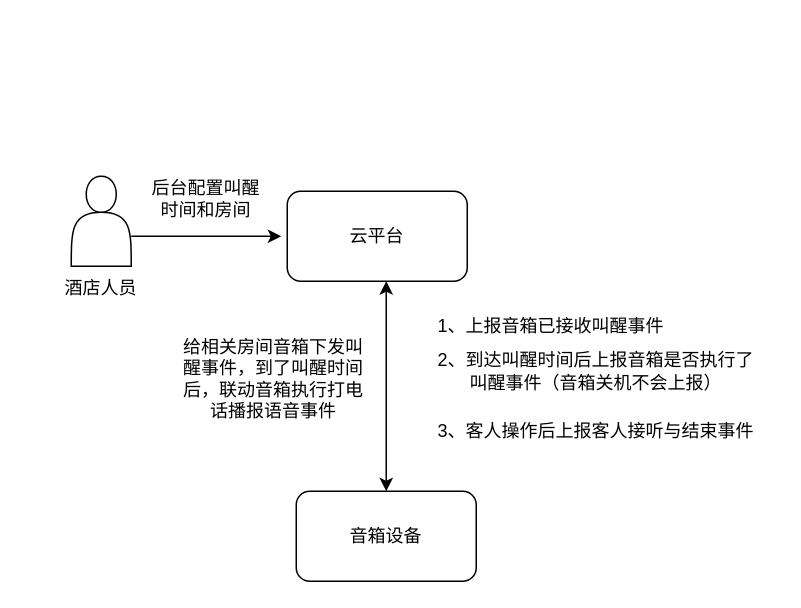
Above: xzzh/叫醒服务.drawio in daniel-7d/draw (draw.io), before the change. Source tidied: cells renumbered, new cells numbered last; positions are measured from the earlier drawing's top-left corner, leaving out a move shared by most shapes. Both pictures are drawn from the tidied source at 150%, with x=0, y=0 at pixel (56, 160).
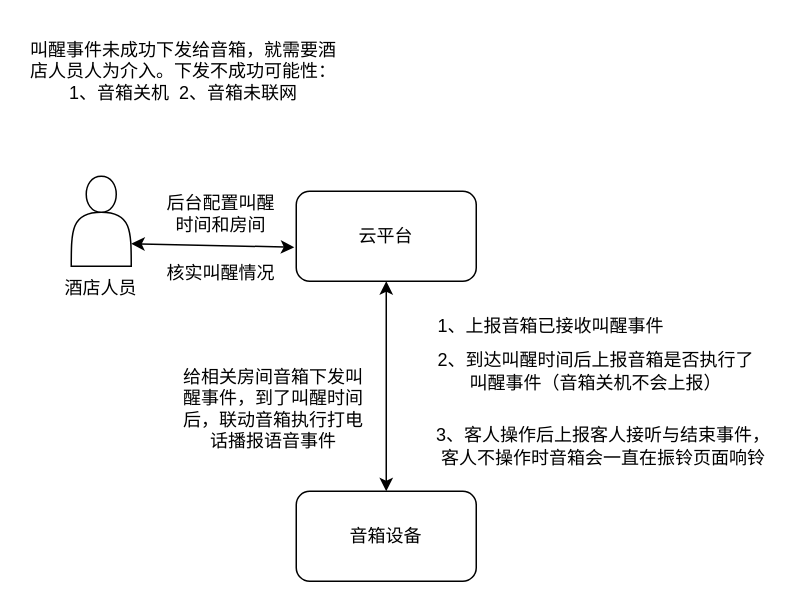
The same page after the edit.

Commit message (it also covers changes not shown here):
更新叫醒服务.drawio

What changed in the source:
```diff
@@
 <mxGraphModel>
   <root>
     <mxCell id="0" />
     <mxCell id="1" parent="0" />
     <mxCell id="2" style="shape=actor;whiteSpace=wrap;html=1;" parent="1" vertex="1">
       <mxGeometry x="10" y="10" width="40" height="60" as="geometry" />
     </mxCell>
     <mxCell id="3" value="酒店人员" style="text;html=1;strokeColor=none;fillColor=none;align=center;verticalAlign=middle;whiteSpace=wrap;rounded=0;" parent="1" vertex="1">
       <mxGeometry y="70" width="60" height="30" as="geometry" />
     </mxCell>
-    <mxCell id="4" style="endArrow=classic;html=1;rounded=0;" parent="1" edge="1">
-      <mxGeometry relative="1" as="geometry">
-        <mxPoint x="50" y="50" as="sourcePoint" />
-        <mxPoint x="150" y="50" as="targetPoint" />
-      </mxGeometry>
-    </mxCell>
     <mxCell id="5" value="后台配置叫醒时间和房间" style="text;html=1;strokeColor=none;fillColor=none;align=center;verticalAlign=middle;whiteSpace=wrap;rounded=0;" parent="1" vertex="1">
-      <mxGeometry x="60" width="80" height="50" as="geometry" />
+      <mxGeometry x="70" y="10" width="80" height="50" as="geometry" />
     </mxCell>
     <mxCell id="6" value="云平台" style="rounded=1;whiteSpace=wrap;html=1;" parent="1" vertex="1">
-      <mxGeometry x="154" y="20" width="120" height="60" as="geometry" />
+      <mxGeometry x="160" y="20" width="120" height="60" as="geometry" />
     </mxCell>
     <mxCell id="7" style="endArrow=classic;startArrow=classic;html=1;rounded=0;exitX=0.5;exitY=0;exitDx=0;exitDy=0;" parent="1" edge="1" source="8">
       <mxGeometry relative="1" as="geometry">
         <mxPoint x="220" y="80" as="targetPoint" />
       </mxGeometry>
     </mxCell>
     <mxCell id="8" value="音箱设备" style="rounded=1;whiteSpace=wrap;html=1;" parent="1" vertex="1">
       <mxGeometry x="160" y="220" width="120" height="60" as="geometry" />
     </mxCell>
     <mxCell id="9" value="给相关房间音箱下发叫醒事件，到了叫醒时间后，联动音箱执行打电话播报语音事件" style="text;html=1;strokeColor=none;fillColor=none;align=center;verticalAlign=middle;whiteSpace=wrap;rounded=0;" parent="1" vertex="1">
-      <mxGeometry x="80" y="110" width="130" height="70" as="geometry" />
+      <mxGeometry x="80" y="130" width="130" height="70" as="geometry" />
     </mxCell>
     <mxCell id="10" value="1、上报音箱已接收叫醒事件" style="text;html=1;strokeColor=none;fillColor=none;align=center;verticalAlign=middle;whiteSpace=wrap;rounded=0;" parent="1" vertex="1">
       <mxGeometry x="250" y="100" width="160" height="20" as="geometry" />
     </mxCell>
     <mxCell id="11" value="2、到达叫醒时间后上报音箱是否执行了叫醒事件（音箱关机不会上报）" style="text;html=1;strokeColor=none;fillColor=none;align=center;verticalAlign=middle;whiteSpace=wrap;rounded=0;" parent="1" vertex="1">
       <mxGeometry x="250" y="130" width="220" height="20" as="geometry" />
     </mxCell>
-    <mxCell id="12" value="3、客人操作后上报客人接听与结束事件" style="text;html=1;strokeColor=none;fillColor=none;align=center;verticalAlign=middle;whiteSpace=wrap;rounded=0;" parent="1" vertex="1">
-      <mxGeometry x="250" y="170" width="220" height="20" as="geometry" />
+    <mxCell id="12" value="3、客人操作后上报客人接听与结束事件，客人不操作时音箱会一直在振铃页面响铃" style="text;html=1;strokeColor=none;fillColor=none;align=center;verticalAlign=middle;whiteSpace=wrap;rounded=0;" parent="1" vertex="1">
+      <mxGeometry x="250" y="170" width="230" height="40" as="geometry" />
     </mxCell>
+    <mxCell id="13" value="叫醒事件未成功下发给音箱，就需要酒店人员人为介入。下发不成功可能性：1、音箱关机&amp;nbsp; 2、音箱未联网" style="text;html=1;strokeColor=none;fillColor=none;align=center;verticalAlign=middle;whiteSpace=wrap;rounded=0;" parent="1" vertex="1">
+      <mxGeometry x="-20" y="-90" width="210" height="60" as="geometry" />
+    </mxCell>
+    <mxCell id="14" style="endArrow=classic;startArrow=classic;html=1;rounded=0;exitX=1;exitY=0.75;exitDx=0;exitDy=0;entryX=-0.011;entryY=0.622;entryDx=0;entryDy=0;entryPerimeter=0;" parent="1" edge="1" source="2" target="6">
+      <mxGeometry relative="1" as="geometry" />
+    </mxCell>
+    <mxCell id="15" value="核实叫醒情况" style="text;html=1;strokeColor=none;fillColor=none;align=center;verticalAlign=middle;whiteSpace=wrap;rounded=0;" parent="1" vertex="1">
+      <mxGeometry x="70" y="60" width="80" height="30" as="geometry" />
+    </mxCell>
   </root>
 </mxGraphModel>
```
